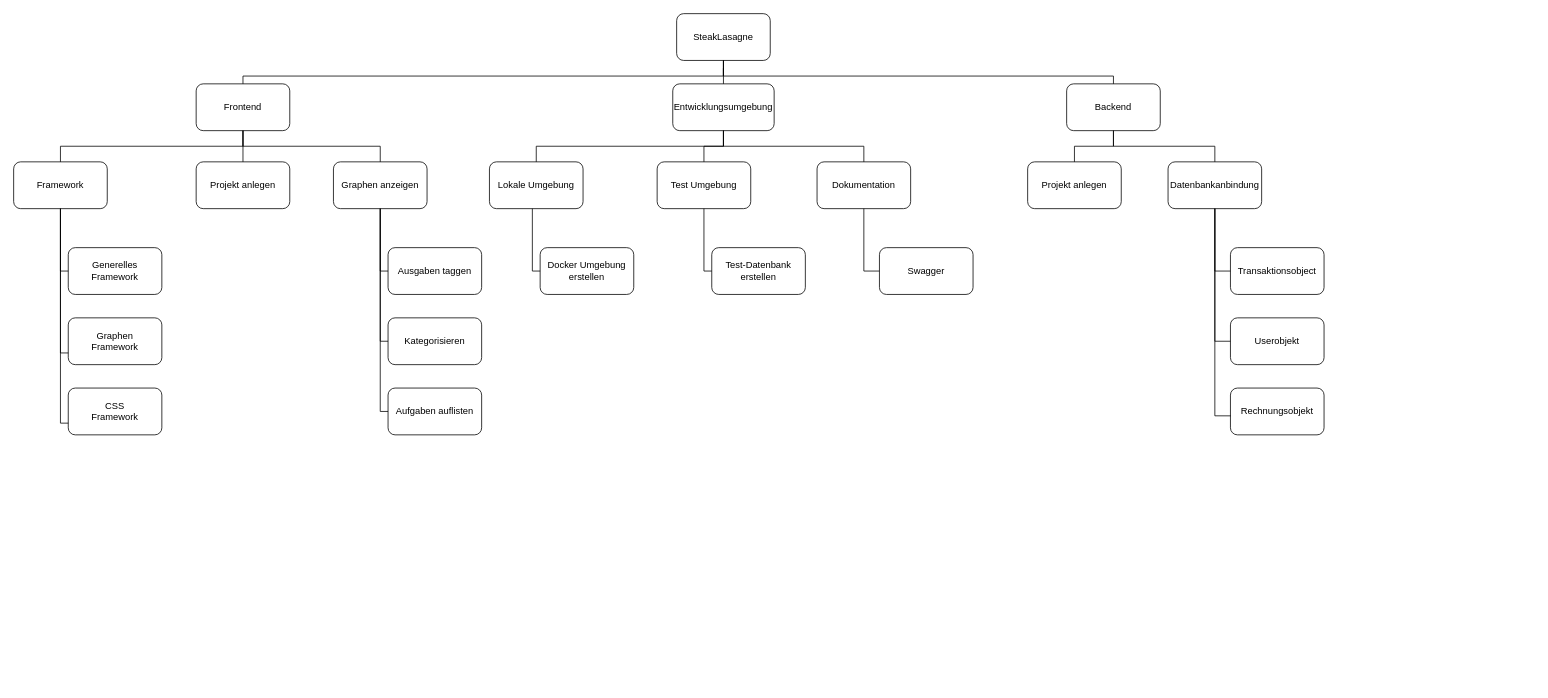
This is Documentation/Strukturplan.drawio from JayReturns/SteakLasagne, a draw.io file, before an edit. Source tidied: cells renumbered, new cells numbered last; positions are measured from the earlier drawing's top-left corner, leaving out a move shared by most shapes. Both pictures are drawn from the tidied source at 78%, with x=0, y=0 at pixel (13, 13).
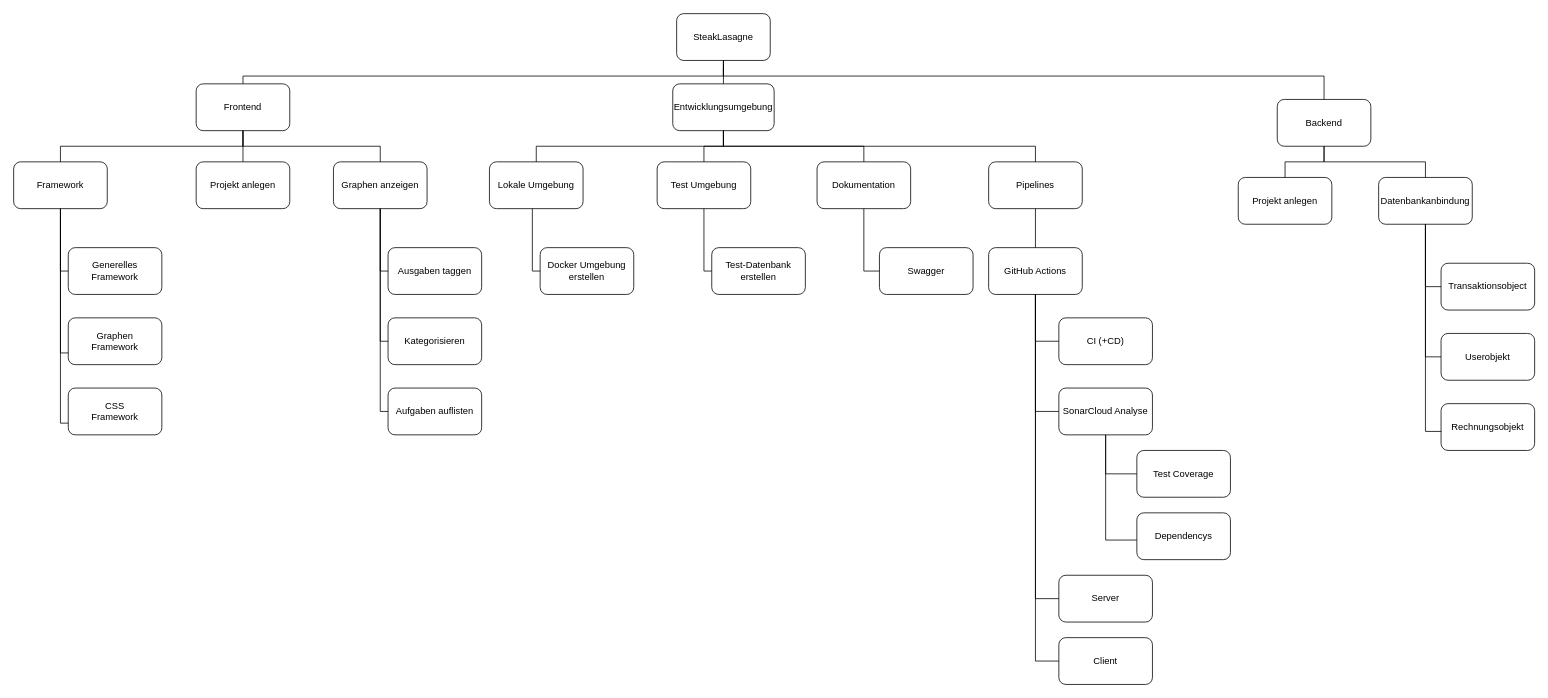
After the change.

Unchanged cells that the change refers to:
```xml
<mxCell id="5" value="SteakLasagne&lt;br&gt;" style="rounded=1;whiteSpace=wrap;html=1;fillColor=none;" parent="1" vertex="1">
  <mxGeometry x="850" width="120" height="60" as="geometry" />
</mxCell>
<mxCell id="23" value="Entwicklungsumgebung" style="whiteSpace=wrap;html=1;fillColor=none;rounded=1;" parent="1" vertex="1">
  <mxGeometry x="845" y="90" width="130" height="60" as="geometry" />
</mxCell>
```

What changed in the source:
```diff
@@
     <mxCell id="2" style="edgeStyle=orthogonalEdgeStyle;rounded=0;jettySize=auto;html=1;endArrow=none;endFill=0;entryX=0.5;entryY=0;entryDx=0;entryDy=0;" parent="1" edge="1" source="5" target="12">
       <mxGeometry relative="1" as="geometry">
         <Array as="points">
           <mxPoint x="910" y="80" />
-          <mxPoint x="1410" y="80" />
+          <mxPoint x="1680" y="80" />
         </Array>
       </mxGeometry>
     </mxCell>
@@
     <mxCell id="10" style="edgeStyle=orthogonalEdgeStyle;rounded=0;jettySize=auto;html=1;endArrow=none;endFill=0;entryX=0.5;entryY=0;entryDx=0;entryDy=0;" parent="1" edge="1" source="12" target="33">
       <mxGeometry relative="1" as="geometry">
         <Array as="points">
-          <mxPoint x="1410" y="170" />
-          <mxPoint x="1540" y="170" />
+          <mxPoint x="1680" y="190" />
+          <mxPoint x="1810" y="190" />
         </Array>
       </mxGeometry>
     </mxCell>
@@
     <mxCell id="12" value="Backend&lt;br&gt;" style="rounded=1;whiteSpace=wrap;html=1;fillColor=none;" parent="1" vertex="1">
-      <mxGeometry x="1350" y="90" width="120" height="60" as="geometry" />
+      <mxGeometry x="1620" y="110" width="120" height="60" as="geometry" />
     </mxCell>
@@
+    <mxCell id="49" style="edgeStyle=orthogonalEdgeStyle;rounded=0;jettySize=auto;html=1;endArrow=none;endFill=0;" parent="1" edge="1" source="23" target="51">
+      <mxGeometry relative="1" as="geometry">
+        <Array as="points">
+          <mxPoint x="910" y="170" />
+          <mxPoint x="1310" y="170" />
+        </Array>
+      </mxGeometry>
+    </mxCell>
@@
     <mxCell id="31" style="edgeStyle=orthogonalEdgeStyle;rounded=0;jettySize=auto;html=1;endArrow=none;endFill=0;" parent="1" edge="1" source="33" target="40">
       <mxGeometry relative="1" as="geometry">
         <Array as="points">
-          <mxPoint x="1540" y="420" />
+          <mxPoint x="1810" y="440" />
         </Array>
       </mxGeometry>
     </mxCell>
@@
     <mxCell id="33" value="Datenbankanbindung" style="whiteSpace=wrap;html=1;fillColor=none;rounded=1;" parent="1" vertex="1">
-      <mxGeometry x="1480" y="190" width="120" height="60" as="geometry" />
+      <mxGeometry x="1750" y="210" width="120" height="60" as="geometry" />
     </mxCell>
@@
     <mxCell id="35" value="Projekt anlegen" style="whiteSpace=wrap;html=1;fillColor=none;rounded=1;" parent="1" vertex="1">
-      <mxGeometry x="1300" y="190" width="120" height="60" as="geometry" />
+      <mxGeometry x="1570" y="210" width="120" height="60" as="geometry" />
     </mxCell>
@@
     <mxCell id="39" value="Transaktionsobject" style="whiteSpace=wrap;html=1;fillColor=none;rounded=1;" parent="1" vertex="1">
-      <mxGeometry x="1560" y="300" width="120" height="60" as="geometry" />
+      <mxGeometry x="1830" y="320" width="120" height="60" as="geometry" />
     </mxCell>
     <mxCell id="40" value="Userobjekt" style="whiteSpace=wrap;html=1;fillColor=none;rounded=1;" parent="1" vertex="1">
-      <mxGeometry x="1560" y="390" width="120" height="60" as="geometry" />
+      <mxGeometry x="1830" y="410" width="120" height="60" as="geometry" />
     </mxCell>
     <mxCell id="41" value="Rechnungsobjekt" style="whiteSpace=wrap;html=1;fillColor=none;rounded=1;" parent="1" vertex="1">
-      <mxGeometry x="1560" y="480" width="120" height="60" as="geometry" />
+      <mxGeometry x="1830" y="500" width="120" height="60" as="geometry" />
     </mxCell>
@@
+    <mxCell id="50" style="edgeStyle=orthogonalEdgeStyle;rounded=0;jettySize=auto;html=1;endArrow=none;endFill=0;" parent="1" edge="1" source="51" target="55">
+      <mxGeometry relative="1" as="geometry" />
+    </mxCell>
+    <mxCell id="51" value="Pipelines" style="whiteSpace=wrap;html=1;fillColor=none;rounded=1;" parent="1" vertex="1">
+      <mxGeometry x="1250" y="190" width="120" height="60" as="geometry" />
+    </mxCell>
+    <mxCell id="52" style="edgeStyle=orthogonalEdgeStyle;rounded=0;jettySize=auto;html=1;endArrow=none;endFill=0;entryX=0;entryY=0.5;entryDx=0;entryDy=0;" parent="1" edge="1" source="55" target="56">
+      <mxGeometry relative="1" as="geometry" />
+    </mxCell>
+    <mxCell id="53" style="edgeStyle=orthogonalEdgeStyle;rounded=0;jettySize=auto;html=1;entryX=0;entryY=0.5;entryDx=0;entryDy=0;endArrow=none;endFill=0;" parent="1" edge="1" source="55" target="59">
+      <mxGeometry relative="1" as="geometry" />
+    </mxCell>
+    <mxCell id="54" style="edgeStyle=orthogonalEdgeStyle;rounded=0;jettySize=auto;html=1;endArrow=none;endFill=0;" parent="1" edge="1" source="55" target="62">
+      <mxGeometry relative="1" as="geometry">
+        <Array as="points">
+          <mxPoint x="1310" y="750" />
+        </Array>
+      </mxGeometry>
+    </mxCell>
+    <mxCell id="55" value="GitHub Actions" style="whiteSpace=wrap;html=1;fillColor=none;rounded=1;" parent="1" vertex="1">
+      <mxGeometry x="1250" y="300" width="120" height="60" as="geometry" />
+    </mxCell>
+    <mxCell id="56" value="CI (+CD)" style="whiteSpace=wrap;html=1;fillColor=none;rounded=1;" parent="1" vertex="1">
+      <mxGeometry x="1340" y="390" width="120" height="60" as="geometry" />
+    </mxCell>
+    <mxCell id="57" style="edgeStyle=orthogonalEdgeStyle;rounded=0;jettySize=auto;html=1;endArrow=none;endFill=0;entryX=0;entryY=0.5;entryDx=0;entryDy=0;" parent="1" edge="1" source="59" target="60">
+      <mxGeometry relative="1" as="geometry" />
+    </mxCell>
+    <mxCell id="58" style="edgeStyle=orthogonalEdgeStyle;rounded=0;jettySize=auto;html=1;entryX=-0.002;entryY=0.581;entryDx=0;entryDy=0;entryPerimeter=0;endArrow=none;endFill=0;" parent="1" edge="1" source="59" target="61">
+      <mxGeometry relative="1" as="geometry" />
+    </mxCell>
+    <mxCell id="59" value="SonarCloud Analyse" style="whiteSpace=wrap;html=1;fillColor=none;rounded=1;" parent="1" vertex="1">
+      <mxGeometry x="1340" y="480" width="120" height="60" as="geometry" />
+    </mxCell>
+    <mxCell id="60" value="Test Coverage" style="whiteSpace=wrap;html=1;fillColor=none;rounded=1;" parent="1" vertex="1">
+      <mxGeometry x="1440" y="560" width="120" height="60" as="geometry" />
+    </mxCell>
+    <mxCell id="61" value="Dependencys" style="whiteSpace=wrap;html=1;fillColor=none;rounded=1;" parent="1" vertex="1">
+      <mxGeometry x="1440" y="640" width="120" height="60" as="geometry" />
+    </mxCell>
+    <mxCell id="62" value="Server" style="whiteSpace=wrap;html=1;fillColor=none;rounded=1;" parent="1" vertex="1">
+      <mxGeometry x="1340" y="720" width="120" height="60" as="geometry" />
+    </mxCell>
+    <mxCell id="63" style="edgeStyle=orthogonalEdgeStyle;rounded=0;jettySize=auto;html=1;entryX=0.5;entryY=1;entryDx=0;entryDy=0;endArrow=none;endFill=0;" parent="1" edge="1" source="64" target="55">
+      <mxGeometry relative="1" as="geometry">
+        <Array as="points">
+          <mxPoint x="1310" y="830" />
+        </Array>
+      </mxGeometry>
+    </mxCell>
+    <mxCell id="64" value="Client" style="whiteSpace=wrap;html=1;fillColor=none;rounded=1;" parent="1" vertex="1">
+      <mxGeometry x="1340" y="800" width="120" height="60" as="geometry" />
+    </mxCell>
```
